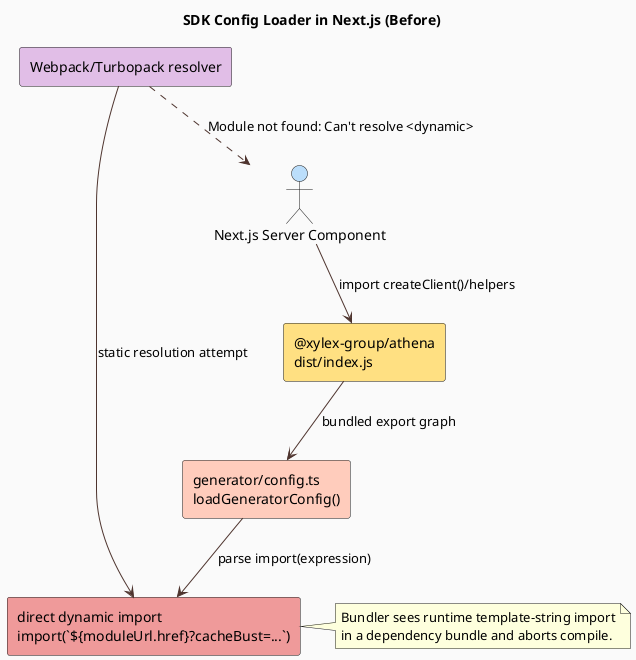
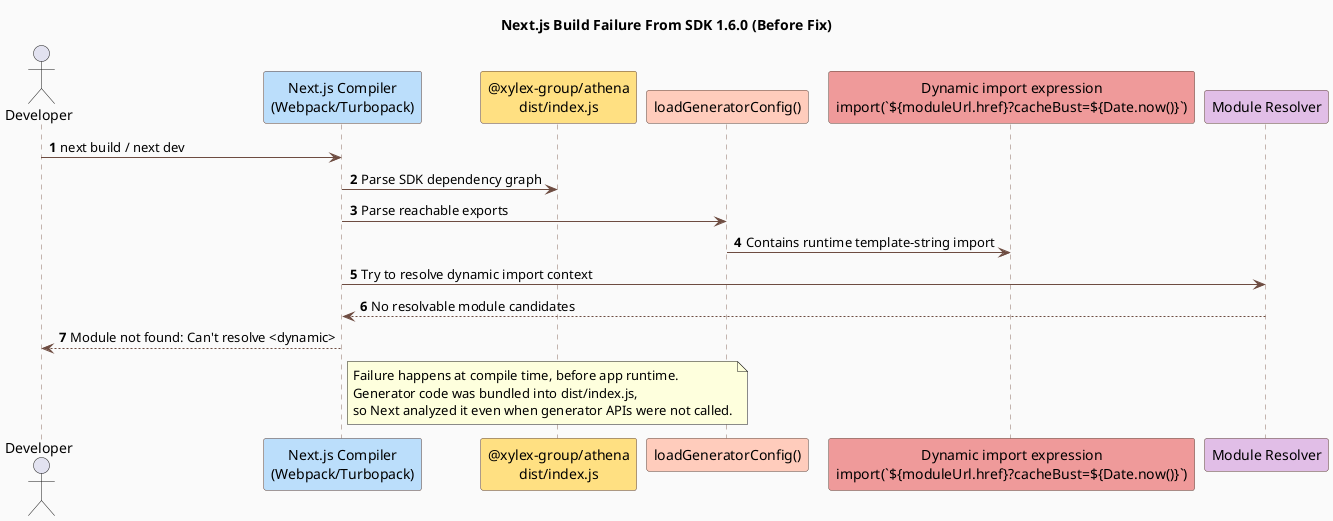
@startuml
- title SDK Config Loader in Next.js (Before)
+ title Next.js Build Failure From SDK 1.6.0 (Before Fix)
skinparam backgroundColor #FAFAFA
- skinparam componentStyle rectangle
- skinparam ArrowColor #4E342E
+ skinparam sequence {
+   ArrowColor #6D4C41
+   LifeLineBorderColor #8D6E63
+   LifeLineBackgroundColor #FFF3E0
+   ParticipantBorderColor #5D4037
+   ParticipantBackgroundColor #FFE0B2
+ }
skinparam defaultFontName Consolas
+ autonumber

- actor "Next.js Server Component" as NextServer #BBDEFB
- component "@xylex-group/athena\ndist/index.js" as SdkBundle #FFE082
- component "generator/config.ts\nloadGeneratorConfig()" as Loader #FFCCBC
- component "direct dynamic import\nimport(`${moduleUrl.href}?cacheBust=...`)" as DynamicImport #EF9A9A
- component "Webpack/Turbopack resolver" as Resolver #E1BEE7
+ actor "Developer" as Dev
+ participant "Next.js Compiler\n(Webpack/Turbopack)" as Compiler #BBDEFB
+ participant "@xylex-group/athena\ndist/index.js" as SDK #FFE082
+ participant "loadGeneratorConfig()" as Loader #FFCCBC
+ participant "Dynamic import expression\nimport(`${moduleUrl.href}?cacheBust=${Date.now()}`)" as DynImport #EF9A9A
+ participant "Module Resolver" as Resolver #E1BEE7

- NextServer --> SdkBundle : import createClient()/helpers
- SdkBundle --> Loader : bundled export graph
- Loader --> DynamicImport : parse import(expression)
- Resolver --> DynamicImport : static resolution attempt
- Resolver ..> NextServer : Module not found: Can't resolve <dynamic>
+ Dev -> Compiler : next build / next dev
+ Compiler -> SDK : Parse SDK dependency graph
+ Compiler -> Loader : Parse reachable exports
+ Loader -> DynImport : Contains runtime template-string import
+ Compiler -> Resolver : Try to resolve dynamic import context
+ Resolver --> Compiler : No resolvable module candidates
+ Compiler --> Dev : Module not found: Can't resolve <dynamic>

- note right of DynamicImport
- Bundler sees runtime template-string import
- in a dependency bundle and aborts compile.
+ note right of Compiler
+ Failure happens at compile time, before app runtime.
+ Generator code was bundled into dist/index.js,
+ so Next analyzed it even when generator APIs were not called.
end note
- @enduml+ @enduml
